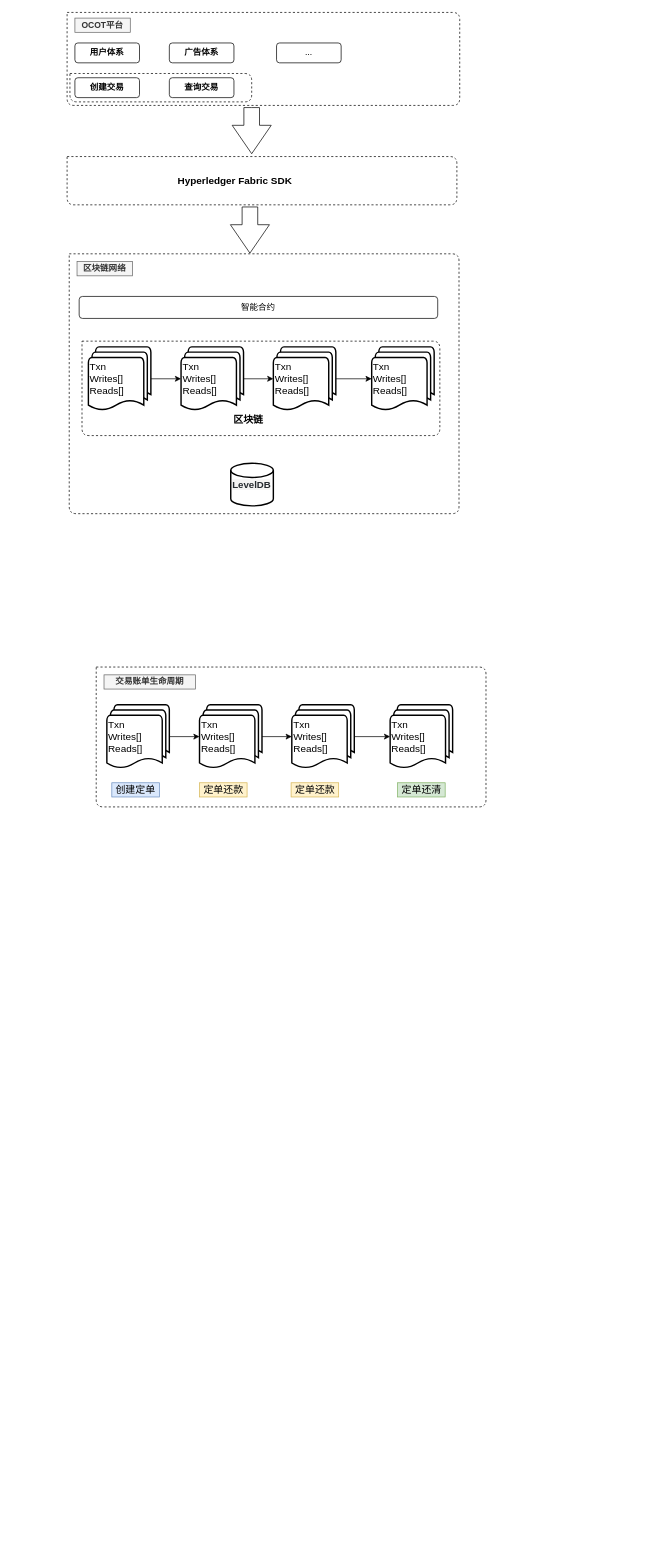
This is hf.drawio from yiuked/diagram, a draw.io file, before an edit. Source tidied: cells renumbered, new cells numbered last; positions are measured from the earlier drawing's top-left corner, leaving out a move shared by most shapes. Both pictures are drawn from the tidied source at 71%, with x=0, y=0 at pixel (67, 12).
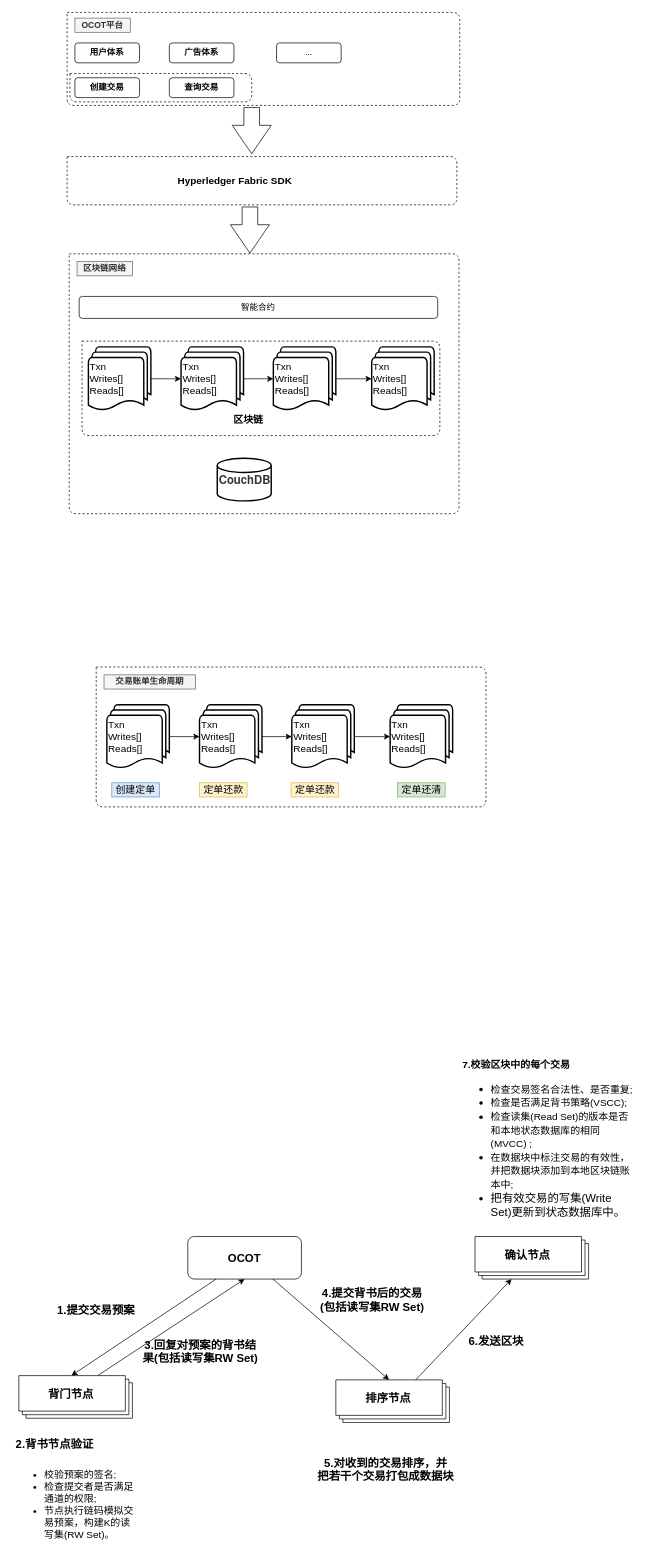
The same diagram, later.

Unchanged cells that the change refers to:
```xml
<mxCell id="18" style="group;" parent="17" vertex="1">
  <mxGeometry width="549" height="366" as="geometry" />
</mxCell>
```

What changed in the source:
```diff
@@
-    <mxCell id="30" value="&lt;span style=&quot;color: rgb(36 , 41 , 46) ; font-family: , &amp;#34;consolas&amp;#34; , &amp;#34;liberation mono&amp;#34; , &amp;#34;menlo&amp;#34; , monospace ; font-size: 13.6px ; white-space: normal ; background-color: rgba(27 , 31 , 35 , 0.05)&quot;&gt;&lt;b&gt;LevelDB&lt;/b&gt;&lt;/span&gt;" style="strokeWidth=2;html=1;shape=mxgraph.flowchart.database;whiteSpace=wrap;fontSize=14;align=left;" parent="18" vertex="1">
-      <mxGeometry x="227.5" y="295" width="60" height="60" as="geometry" />
+    <mxCell id="30" value="&lt;span style=&quot;color: rgb(51 , 51 , 51) ; font-family: &amp;quot;pingfang sc&amp;quot; , &amp;quot;helvetica neue&amp;quot; , &amp;quot;arial&amp;quot; , &amp;quot;hiragino sans gb&amp;quot; , &amp;quot;microsoft yahei ui&amp;quot; , &amp;quot;microsoft yahei&amp;quot; , &amp;quot;simsun&amp;quot; , sans-serif ; font-size: 16px ; white-space: pre-wrap&quot;&gt;CouchDB&lt;/span&gt;" style="strokeWidth=2;html=1;shape=mxgraph.flowchart.database;whiteSpace=wrap;fontSize=14;align=left;fontStyle=1;" parent="18" vertex="1">
+      <mxGeometry x="208.5" y="288" width="76" height="60" as="geometry" />
     </mxCell>
@@
+    <mxCell id="46" value="OCOT" style="rounded=1;whiteSpace=wrap;html=1;fontStyle=1;fontSize=16;" parent="1" vertex="1">
+      <mxGeometry x="170" y="1724" width="160" height="60" as="geometry" />
+    </mxCell>
+    <mxCell id="47" style="endArrow=none;startArrow=classic;html=1;fontSize=16;entryX=0.25;entryY=1;entryDx=0;entryDy=0;exitX=0;exitY=0;exitDx=74;exitDy=0;exitPerimeter=0;startFill=1;endFill=0;" parent="1" edge="1" source="53" target="46">
+      <mxGeometry relative="1" as="geometry" />
+    </mxCell>
+    <mxCell id="48" style="endArrow=none;html=1;fontSize=16;exitX=0.5;exitY=1;exitDx=0;exitDy=0;entryX=0;entryY=0;entryDx=111;entryDy=0;entryPerimeter=0;endFill=0;startArrow=classic;startFill=1;" parent="1" edge="1" source="46" target="53">
+      <mxGeometry relative="1" as="geometry" />
+    </mxCell>
+    <mxCell id="49" value="1.提交交易预案" style="text;html=1;strokeColor=none;fillColor=none;align=center;verticalAlign=middle;whiteSpace=wrap;rounded=0;fontSize=16;fontStyle=1;" parent="1" vertex="1">
+      <mxGeometry x="-32" y="1818" width="146" height="20" as="geometry" />
+    </mxCell>
+    <mxCell id="50" value="&lt;h1&gt;&lt;font style=&quot;font-size: 16px&quot;&gt;2.背书节点验证&lt;/font&gt;&lt;/h1&gt;&lt;div style=&quot;font-size: 14px&quot;&gt;&lt;div&gt;&lt;ul&gt;&lt;li&gt;校验预案的签名;&lt;/li&gt;&lt;li&gt;检查提交者是否满足通道的权限;&lt;/li&gt;&lt;li&gt;节点执行链码模拟交易预案，构&lt;span&gt;建K的读写集(RW Set)。&lt;/span&gt;&lt;/li&gt;&lt;/ul&gt;&lt;/div&gt;&lt;/div&gt;&lt;div&gt;&lt;br&gt;&lt;/div&gt;" style="text;html=1;strokeColor=none;fillColor=none;spacing=5;spacingTop=-20;whiteSpace=wrap;overflow=hidden;rounded=0;fontSize=16;verticalAlign=bottom;" parent="1" vertex="1">
+      <mxGeometry x="-77" y="1986" width="182" height="173" as="geometry" />
+    </mxCell>
+    <mxCell id="51" value="3.&lt;span style=&quot;font-size: 16px;&quot;&gt;回复对预案的背书结&lt;/span&gt;&lt;div style=&quot;font-size: 16px;&quot;&gt;果(包括读写集RW Set)&lt;/div&gt;&lt;div style=&quot;font-size: 16px;&quot;&gt;&lt;br style=&quot;font-size: 16px;&quot;&gt;&lt;/div&gt;" style="text;html=1;strokeColor=none;fillColor=none;align=center;verticalAlign=middle;whiteSpace=wrap;rounded=0;fontSize=16;fontStyle=1;" parent="1" vertex="1">
+      <mxGeometry x="97" y="1872" width="182" height="48" as="geometry" />
+    </mxCell>
+    <mxCell id="52" style="group;" parent="1" vertex="1">
+      <mxGeometry x="-68" y="1920" width="160" height="60" as="geometry" />
+    </mxCell>
+    <mxCell id="53" style="verticalLabelPosition=bottom;verticalAlign=top;html=1;shape=mxgraph.basic.layered_rect;dx=10;outlineConnect=0;fontSize=16;" parent="52" vertex="1">
+      <mxGeometry width="160" height="60" as="geometry" />
+    </mxCell>
+    <mxCell id="54" value="背门节点" style="text;html=1;strokeColor=none;fillColor=none;align=center;verticalAlign=middle;whiteSpace=wrap;rounded=0;fontSize=16;fontStyle=1;" parent="52" vertex="1">
+      <mxGeometry x="32" y="16" width="83" height="20" as="geometry" />
+    </mxCell>
+    <mxCell id="55" style="group;" parent="1" vertex="1">
+      <mxGeometry x="378.5" y="1926" width="160" height="60" as="geometry" />
+    </mxCell>
+    <mxCell id="56" style="verticalLabelPosition=bottom;verticalAlign=top;html=1;shape=mxgraph.basic.layered_rect;dx=10;outlineConnect=0;fontSize=16;" parent="55" vertex="1">
+      <mxGeometry width="160" height="60" as="geometry" />
+    </mxCell>
+    <mxCell id="57" value="排序节点" style="text;html=1;strokeColor=none;fillColor=none;align=center;verticalAlign=middle;whiteSpace=wrap;rounded=0;fontSize=16;fontStyle=1;" parent="55" vertex="1">
+      <mxGeometry x="32" y="16" width="83" height="20" as="geometry" />
+    </mxCell>
+    <mxCell id="58" style="group;" parent="1" vertex="1">
+      <mxGeometry x="574.5" y="1724" width="160" height="60" as="geometry" />
+    </mxCell>
+    <mxCell id="59" style="verticalLabelPosition=bottom;verticalAlign=top;html=1;shape=mxgraph.basic.layered_rect;dx=10;outlineConnect=0;fontSize=16;" parent="58" vertex="1">
+      <mxGeometry width="160" height="60" as="geometry" />
+    </mxCell>
+    <mxCell id="60" value="确认节点" style="text;html=1;strokeColor=none;fillColor=none;align=center;verticalAlign=middle;whiteSpace=wrap;rounded=0;fontSize=16;fontStyle=1;" parent="58" vertex="1">
+      <mxGeometry x="32" y="16" width="83" height="20" as="geometry" />
+    </mxCell>
+    <mxCell id="61" style="endArrow=classic;html=1;fontSize=16;exitX=0.75;exitY=1;exitDx=0;exitDy=0;entryX=0;entryY=0;entryDx=75;entryDy=0;entryPerimeter=0;" parent="1" edge="1" source="46" target="56">
+      <mxGeometry relative="1" as="geometry" />
+    </mxCell>
+    <mxCell id="62" value="&lt;div&gt;4.提交背书后的&lt;span&gt;交易&lt;/span&gt;&lt;/div&gt;&lt;div&gt;&lt;span&gt;(包括读写&lt;/span&gt;&lt;span&gt;集RW Set)&lt;/span&gt;&lt;/div&gt;&lt;div&gt;&lt;br&gt;&lt;/div&gt;" style="text;html=1;strokeColor=none;fillColor=none;align=center;verticalAlign=middle;whiteSpace=wrap;rounded=0;fontSize=16;fontStyle=1;" parent="1" vertex="1">
+      <mxGeometry x="349" y="1807" width="162" height="31" as="geometry" />
+    </mxCell>
+    <mxCell id="63" value="&lt;div&gt;&lt;div&gt;5.对收到的交易排序，并&lt;/div&gt;&lt;div&gt;把若干个交易打包成数据块&lt;/div&gt;&lt;/div&gt;&lt;div&gt;&lt;br&gt;&lt;/div&gt;" style="text;html=1;strokeColor=none;fillColor=none;align=center;verticalAlign=middle;whiteSpace=wrap;rounded=0;fontSize=16;fontStyle=1;" parent="1" vertex="1">
+      <mxGeometry x="350" y="2029" width="198" height="66" as="geometry" />
+    </mxCell>
+    <mxCell id="64" style="endArrow=none;html=1;fontSize=16;entryX=0;entryY=0;entryDx=112.5;entryDy=0;entryPerimeter=0;endFill=0;startArrow=classic;startFill=1;" parent="1" edge="1" source="59" target="56">
+      <mxGeometry relative="1" as="geometry" />
+    </mxCell>
+    <mxCell id="65" value="6.发送区块" style="text;html=1;strokeColor=none;fillColor=none;align=center;verticalAlign=middle;whiteSpace=wrap;rounded=0;fontSize=16;fontStyle=1;" parent="1" vertex="1">
+      <mxGeometry x="553" y="1862" width="103" height="20" as="geometry" />
+    </mxCell>
+    <mxCell id="66" value="&lt;h1 style=&quot;font-size: 14px&quot;&gt;&lt;font style=&quot;font-size: 14px&quot;&gt;7.校验区块中的每个交易&lt;/font&gt;&lt;/h1&gt;&lt;ul&gt;&lt;li&gt;&lt;span style=&quot;font-size: 14px&quot;&gt;检查交易签名合法性、是否重复;&lt;/span&gt;&lt;/li&gt;&lt;li&gt;&lt;span style=&quot;font-size: 14px&quot;&gt;检查是否满足背书策略(VSCC);&lt;/span&gt;&lt;/li&gt;&lt;li&gt;&lt;font style=&quot;font-size: 14px&quot;&gt;检查读集(Read Set)的版本是否和本地&lt;/font&gt;&lt;span style=&quot;font-size: 14px&quot;&gt;状态数据库的相同(MVCC) ;&lt;/span&gt;&lt;/li&gt;&lt;li&gt;&lt;font style=&quot;font-size: 14px&quot;&gt;在数据块中标注交易的有效性，并把&lt;/font&gt;&lt;span style=&quot;font-size: 14px&quot;&gt;数据块添加到本地区块链账本中;&lt;/span&gt;&lt;/li&gt;&lt;li&gt;&lt;font style=&quot;font-weight: normal&quot;&gt;把有效交易的写集(Write Set)更新到状&lt;/font&gt;&lt;span style=&quot;font-weight: normal&quot;&gt;态数据库中。&lt;/span&gt;&lt;/li&gt;&lt;/ul&gt;&lt;div style=&quot;font-size: 14px&quot;&gt;&lt;br&gt;&lt;/div&gt;" style="text;html=1;strokeColor=none;fillColor=none;spacing=5;spacingTop=-20;whiteSpace=wrap;overflow=hidden;rounded=0;fontSize=16;verticalAlign=bottom;" parent="1" vertex="1">
+      <mxGeometry x="552" y="1480" width="252" height="237" as="geometry" />
+    </mxCell>
```
